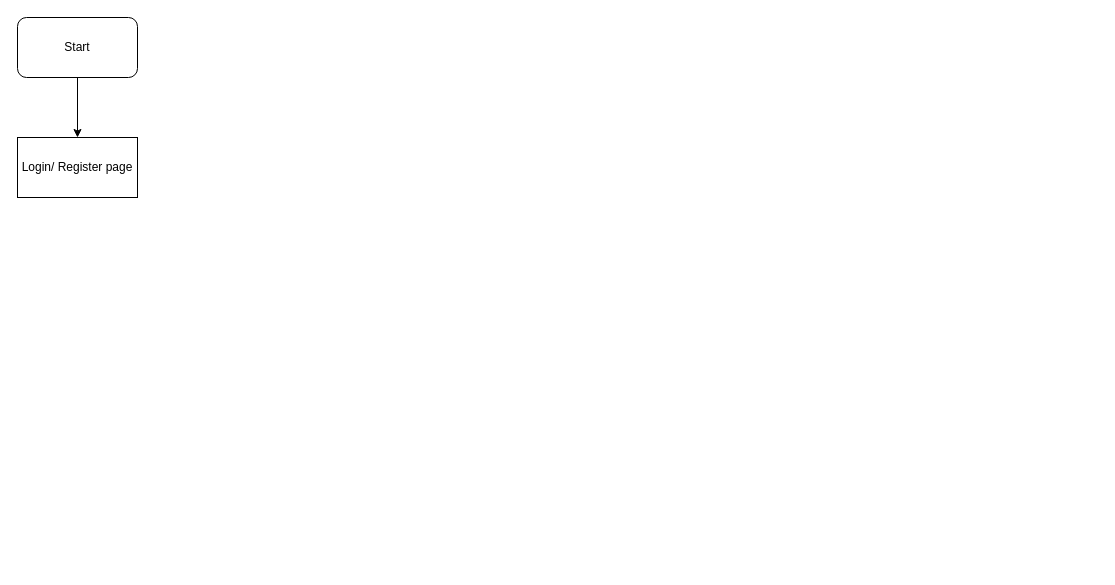
The draw.io diagram UserFlowGraph.drawio in critschris/UI-Class, before the edit. Source tidied: cells renumbered, new cells numbered last; positions are measured from the earlier drawing's top-left corner, leaving out a move shared by most shapes. Both pictures are drawn from the tidied source at 100%, with x=0, y=0 at pixel (17, 17).
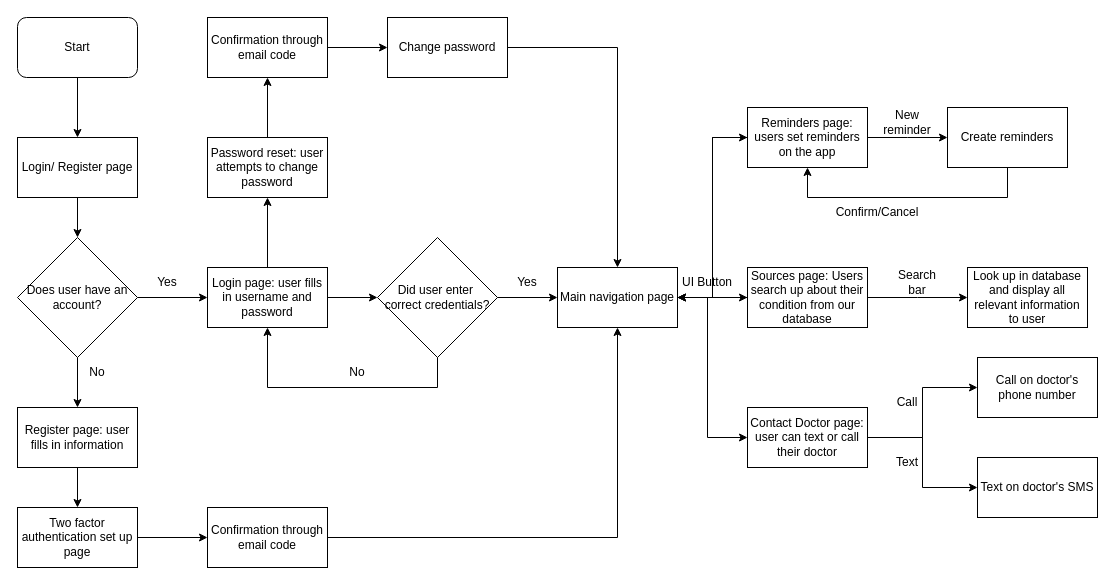
Above is the later version.

The change refers to these unchanged cells:
```xml
<mxCell id="4" value="Login/ Register page" style="rounded=0;whiteSpace=wrap;html=1;" parent="1" vertex="1">
  <mxGeometry y="120" width="120" height="60" as="geometry" />
</mxCell>
```

What changed in the source:
```diff
@@
+    <mxCell id="5" style="edgeStyle=orthogonalEdgeStyle;rounded=0;jettySize=auto;html=1;entryX=0.5;entryY=0;entryDx=0;entryDy=0;" parent="1" edge="1" source="4" target="7">
+      <mxGeometry relative="1" as="geometry" />
+    </mxCell>
@@
+    <mxCell id="6" style="edgeStyle=orthogonalEdgeStyle;rounded=0;jettySize=auto;html=1;entryX=0;entryY=0.5;entryDx=0;entryDy=0;" parent="1" edge="1" source="7" target="15">
+      <mxGeometry relative="1" as="geometry" />
+    </mxCell>
+    <mxCell id="7" value="Does user have an account?" style="rhombus;whiteSpace=wrap;html=1;" parent="1" vertex="1">
+      <mxGeometry y="220" width="120" height="120" as="geometry" />
+    </mxCell>
+    <mxCell id="8" value="Yes" style="text;html=1;whiteSpace=wrap;strokeColor=none;fillColor=none;align=center;verticalAlign=middle;rounded=0;" parent="1" vertex="1">
+      <mxGeometry x="120" y="250" width="60" height="30" as="geometry" />
+    </mxCell>
+    <mxCell id="9" value="No" style="text;html=1;whiteSpace=wrap;strokeColor=none;fillColor=none;align=center;verticalAlign=middle;rounded=0;" parent="1" vertex="1">
+      <mxGeometry x="50" y="340" width="60" height="30" as="geometry" />
+    </mxCell>
+    <mxCell id="10" style="endArrow=classic;html=1;rounded=0;exitX=0.5;exitY=1;exitDx=0;exitDy=0;entryX=0.5;entryY=0;entryDx=0;entryDy=0;" parent="1" edge="1" source="7" target="12">
+      <mxGeometry relative="1" as="geometry" />
+    </mxCell>
+    <mxCell id="11" style="edgeStyle=orthogonalEdgeStyle;rounded=0;jettySize=auto;html=1;entryX=0.5;entryY=0;entryDx=0;entryDy=0;" parent="1" edge="1" source="12" target="18">
+      <mxGeometry relative="1" as="geometry" />
+    </mxCell>
+    <mxCell id="12" value="Register page: user fills in information" style="rounded=0;whiteSpace=wrap;html=1;" parent="1" vertex="1">
+      <mxGeometry y="390" width="120" height="60" as="geometry" />
+    </mxCell>
+    <mxCell id="13" style="edgeStyle=orthogonalEdgeStyle;rounded=0;jettySize=auto;html=1;entryX=0;entryY=0.5;entryDx=0;entryDy=0;" parent="1" edge="1" source="15" target="16">
+      <mxGeometry relative="1" as="geometry" />
+    </mxCell>
+    <mxCell id="14" style="edgeStyle=orthogonalEdgeStyle;rounded=0;jettySize=auto;html=1;entryX=0.5;entryY=1;entryDx=0;entryDy=0;" parent="1" edge="1" source="15" target="28">
+      <mxGeometry relative="1" as="geometry" />
+    </mxCell>
+    <mxCell id="15" value="Login page: user fills in username and password" style="rounded=0;whiteSpace=wrap;html=1;" parent="1" vertex="1">
+      <mxGeometry x="190" y="250" width="120" height="60" as="geometry" />
+    </mxCell>
+    <mxCell id="16" value="Did user enter&amp;nbsp;&lt;div&gt;correct credentials?&lt;/div&gt;" style="rhombus;whiteSpace=wrap;html=1;" parent="1" vertex="1">
+      <mxGeometry x="360" y="220" width="120" height="120" as="geometry" />
+    </mxCell>
+    <mxCell id="17" style="edgeStyle=orthogonalEdgeStyle;rounded=0;jettySize=auto;html=1;entryX=0;entryY=0.5;entryDx=0;entryDy=0;" parent="1" edge="1" source="18" target="20">
+      <mxGeometry relative="1" as="geometry" />
+    </mxCell>
+    <mxCell id="18" value="Two factor authentication set up page" style="rounded=0;whiteSpace=wrap;html=1;" parent="1" vertex="1">
+      <mxGeometry y="490" width="120" height="60" as="geometry" />
+    </mxCell>
+    <mxCell id="19" style="edgeStyle=orthogonalEdgeStyle;rounded=0;jettySize=auto;html=1;entryX=0.5;entryY=1;entryDx=0;entryDy=0;" parent="1" edge="1" source="20" target="26">
+      <mxGeometry relative="1" as="geometry" />
+    </mxCell>
+    <mxCell id="20" value="Confirmation through email code" style="rounded=0;whiteSpace=wrap;html=1;" parent="1" vertex="1">
+      <mxGeometry x="190" y="490" width="120" height="60" as="geometry" />
+    </mxCell>
+    <mxCell id="21" value="Yes" style="text;html=1;whiteSpace=wrap;strokeColor=none;fillColor=none;align=center;verticalAlign=middle;rounded=0;" parent="1" vertex="1">
+      <mxGeometry x="480" y="250" width="60" height="30" as="geometry" />
+    </mxCell>
+    <mxCell id="22" style="endArrow=classic;html=1;rounded=0;exitX=1;exitY=0.5;exitDx=0;exitDy=0;" parent="1" edge="1" source="16">
+      <mxGeometry relative="1" as="geometry">
+        <mxPoint x="540" y="280" as="targetPoint" />
+      </mxGeometry>
+    </mxCell>
+    <mxCell id="23" value="No" style="text;html=1;whiteSpace=wrap;strokeColor=none;fillColor=none;align=center;verticalAlign=middle;rounded=0;" parent="1" vertex="1">
+      <mxGeometry x="310" y="340" width="60" height="30" as="geometry" />
+    </mxCell>
+    <mxCell id="24" style="edgeStyle=orthogonalEdgeStyle;rounded=0;jettySize=auto;html=1;entryX=0;entryY=0.5;entryDx=0;entryDy=0;" parent="1" edge="1" source="26" target="36">
+      <mxGeometry relative="1" as="geometry" />
+    </mxCell>
+    <mxCell id="25" style="edgeStyle=orthogonalEdgeStyle;rounded=0;jettySize=auto;html=1;entryX=0;entryY=0.5;entryDx=0;entryDy=0;" parent="1" edge="1" source="26" target="43">
+      <mxGeometry relative="1" as="geometry" />
+    </mxCell>
+    <mxCell id="26" value="Main navigation page" style="rounded=0;whiteSpace=wrap;html=1;" parent="1" vertex="1">
+      <mxGeometry x="540" y="250" width="120" height="60" as="geometry" />
+    </mxCell>
+    <mxCell id="27" style="endArrow=classic;html=1;rounded=0;exitX=0.5;exitY=1;exitDx=0;exitDy=0;entryX=0.5;entryY=1;entryDx=0;entryDy=0;edgeStyle=orthogonalEdgeStyle;" parent="1" edge="1" source="16" target="15">
+      <mxGeometry relative="1" as="geometry">
+        <Array as="points">
+          <mxPoint x="420" y="370" />
+          <mxPoint x="250" y="370" />
+        </Array>
+      </mxGeometry>
+    </mxCell>
+    <mxCell id="28" value="Password reset: user attempts to change password" style="rounded=0;whiteSpace=wrap;html=1;" parent="1" vertex="1">
+      <mxGeometry x="190" y="120" width="120" height="60" as="geometry" />
+    </mxCell>
+    <mxCell id="29" style="edgeStyle=orthogonalEdgeStyle;rounded=0;jettySize=auto;html=1;entryX=0;entryY=0.5;entryDx=0;entryDy=0;" parent="1" edge="1" source="30" target="33">
+      <mxGeometry relative="1" as="geometry" />
+    </mxCell>
+    <mxCell id="30" value="Confirmation through email code" style="rounded=0;whiteSpace=wrap;html=1;" parent="1" vertex="1">
+      <mxGeometry x="190" width="120" height="60" as="geometry" />
+    </mxCell>
+    <mxCell id="31" style="edgeStyle=orthogonalEdgeStyle;rounded=0;jettySize=auto;html=1;entryX=0.5;entryY=1;entryDx=0;entryDy=0;exitX=0.5;exitY=0;exitDx=0;exitDy=0;" parent="1" edge="1" source="28" target="30">
+      <mxGeometry relative="1" as="geometry" />
+    </mxCell>
+    <mxCell id="32" style="edgeStyle=orthogonalEdgeStyle;rounded=0;jettySize=auto;html=1;entryX=0.5;entryY=0;entryDx=0;entryDy=0;" parent="1" edge="1" source="33" target="26">
+      <mxGeometry relative="1" as="geometry" />
+    </mxCell>
+    <mxCell id="33" value="Change password" style="rounded=0;whiteSpace=wrap;html=1;" parent="1" vertex="1">
+      <mxGeometry x="370" width="120" height="60" as="geometry" />
+    </mxCell>
+    <mxCell id="34" style="edgeStyle=orthogonalEdgeStyle;rounded=0;jettySize=auto;html=1;" parent="1" edge="1" source="36">
+      <mxGeometry relative="1" as="geometry">
+        <mxPoint x="930" y="120" as="targetPoint" />
+      </mxGeometry>
+    </mxCell>
+    <mxCell id="35" style="edgeStyle=orthogonalEdgeStyle;rounded=0;jettySize=auto;html=1;entryX=1;entryY=0.5;entryDx=0;entryDy=0;" parent="1" edge="1" source="36" target="26">
+      <mxGeometry relative="1" as="geometry" />
+    </mxCell>
+    <mxCell id="36" value="Reminders page: users set reminders on the app" style="rounded=0;whiteSpace=wrap;html=1;" parent="1" vertex="1">
+      <mxGeometry x="730" y="90" width="120" height="60" as="geometry" />
+    </mxCell>
+    <mxCell id="37" value="New reminder" style="text;html=1;whiteSpace=wrap;strokeColor=none;fillColor=none;align=center;verticalAlign=middle;rounded=0;" parent="1" vertex="1">
+      <mxGeometry x="860" y="90" width="60" height="30" as="geometry" />
+    </mxCell>
+    <mxCell id="38" style="edgeStyle=elbowEdgeStyle;rounded=0;jettySize=auto;html=1;elbow=vertical;entryX=0.5;entryY=1;entryDx=0;entryDy=0;" parent="1" edge="1" source="39" target="36">
+      <mxGeometry relative="1" as="geometry">
+        <Array as="points">
+          <mxPoint x="870" y="180" />
+        </Array>
+      </mxGeometry>
+    </mxCell>
+    <mxCell id="39" value="Create reminders" style="rounded=0;whiteSpace=wrap;html=1;" parent="1" vertex="1">
+      <mxGeometry x="930" y="90" width="120" height="60" as="geometry" />
+    </mxCell>
+    <mxCell id="40" value="Confirm/Cancel" style="text;html=1;whiteSpace=wrap;strokeColor=none;fillColor=none;align=center;verticalAlign=middle;rounded=0;" parent="1" vertex="1">
+      <mxGeometry x="830" y="180" width="60" height="30" as="geometry" />
+    </mxCell>
+    <mxCell id="41" style="edgeStyle=orthogonalEdgeStyle;rounded=0;jettySize=auto;html=1;entryX=1;entryY=0.5;entryDx=0;entryDy=0;" parent="1" edge="1" source="43" target="26">
+      <mxGeometry relative="1" as="geometry" />
+    </mxCell>
+    <mxCell id="42" style="edgeStyle=orthogonalEdgeStyle;rounded=0;jettySize=auto;html=1;" parent="1" edge="1" source="43">
+      <mxGeometry relative="1" as="geometry">
+        <mxPoint x="950" y="280" as="targetPoint" />
+      </mxGeometry>
+    </mxCell>
+    <mxCell id="43" value="Sources page: Users search up about their condition from our database" style="rounded=0;whiteSpace=wrap;html=1;" parent="1" vertex="1">
+      <mxGeometry x="730" y="250" width="120" height="60" as="geometry" />
+    </mxCell>
+    <mxCell id="44" value="UI Button" style="text;html=1;whiteSpace=wrap;strokeColor=none;fillColor=none;align=center;verticalAlign=middle;rounded=0;" parent="1" vertex="1">
+      <mxGeometry x="660" y="250" width="60" height="30" as="geometry" />
+    </mxCell>
+    <mxCell id="45" value="Search bar" style="text;html=1;whiteSpace=wrap;strokeColor=none;fillColor=none;align=center;verticalAlign=middle;rounded=0;" parent="1" vertex="1">
+      <mxGeometry x="870" y="250" width="60" height="30" as="geometry" />
+    </mxCell>
+    <mxCell id="46" value="Look up in database and display all relevant information to user" style="rounded=0;whiteSpace=wrap;html=1;" parent="1" vertex="1">
+      <mxGeometry x="950" y="250" width="120" height="60" as="geometry" />
+    </mxCell>
+    <mxCell id="47" style="edgeStyle=orthogonalEdgeStyle;rounded=0;jettySize=auto;html=1;entryX=0;entryY=1;entryDx=0;entryDy=0;startArrow=classic;startFill=1;" parent="1" edge="1" source="50" target="44">
+      <mxGeometry relative="1" as="geometry">
+        <Array as="points">
+          <mxPoint x="690" y="420" />
+          <mxPoint x="690" y="280" />
+        </Array>
+      </mxGeometry>
+    </mxCell>
+    <mxCell id="48" style="edgeStyle=orthogonalEdgeStyle;rounded=0;jettySize=auto;html=1;entryX=0;entryY=0.5;entryDx=0;entryDy=0;" parent="1" edge="1" source="50" target="52">
+      <mxGeometry relative="1" as="geometry" />
+    </mxCell>
+    <mxCell id="49" style="edgeStyle=orthogonalEdgeStyle;rounded=0;jettySize=auto;html=1;entryX=0;entryY=0.5;entryDx=0;entryDy=0;" parent="1" edge="1" source="50" target="53">
+      <mxGeometry relative="1" as="geometry" />
+    </mxCell>
+    <mxCell id="50" value="Contact Doctor page: user can text or call their doctor" style="rounded=0;whiteSpace=wrap;html=1;" parent="1" vertex="1">
+      <mxGeometry x="730" y="390" width="120" height="60" as="geometry" />
+    </mxCell>
+    <mxCell id="51" value="Call" style="text;html=1;whiteSpace=wrap;strokeColor=none;fillColor=none;align=center;verticalAlign=middle;rounded=0;" parent="1" vertex="1">
+      <mxGeometry x="860" y="370" width="60" height="30" as="geometry" />
+    </mxCell>
+    <mxCell id="52" value="Call on doctor's phone number" style="rounded=0;whiteSpace=wrap;html=1;" parent="1" vertex="1">
+      <mxGeometry x="960" y="340" width="120" height="60" as="geometry" />
+    </mxCell>
+    <mxCell id="53" value="Text on doctor's SMS" style="rounded=0;whiteSpace=wrap;html=1;" parent="1" vertex="1">
+      <mxGeometry x="960" y="440" width="120" height="60" as="geometry" />
+    </mxCell>
+    <mxCell id="54" value="Text" style="text;html=1;whiteSpace=wrap;strokeColor=none;fillColor=none;align=center;verticalAlign=middle;rounded=0;" parent="1" vertex="1">
+      <mxGeometry x="860" y="430" width="60" height="30" as="geometry" />
+    </mxCell>
```
